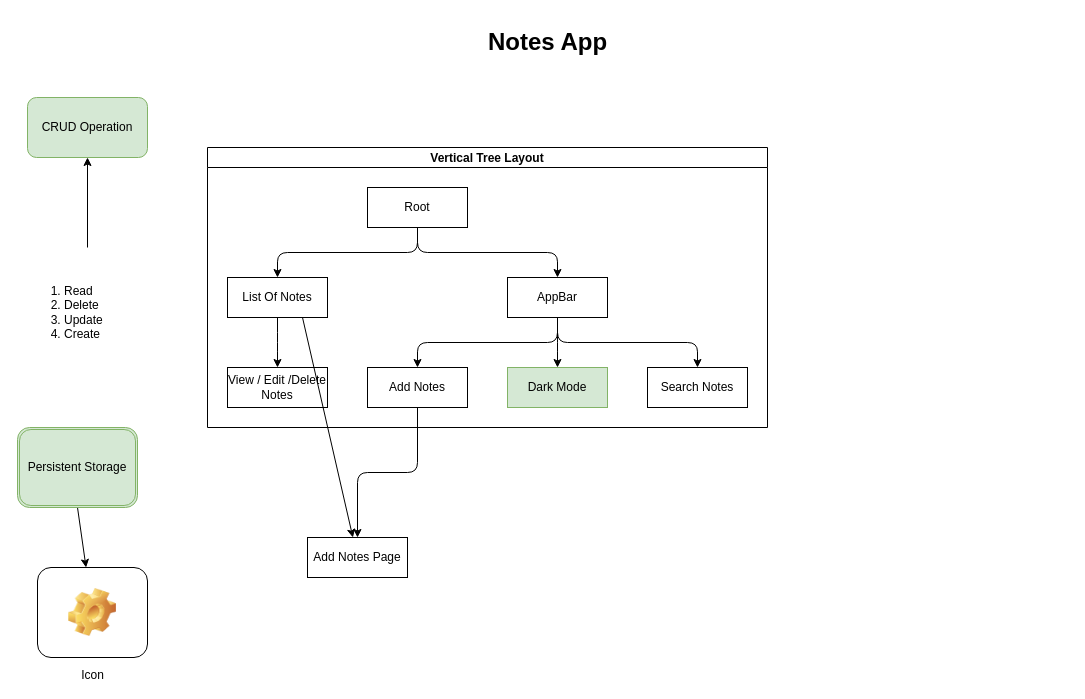
Before: docs/archi.drawio in suraj-yadav0/notesapp, a draw.io diagram. Source tidied: cells renumbered, new cells numbered last; positions are measured from the earlier drawing's top-left corner, leaving out a move shared by most shapes. Both pictures are drawn from the tidied source at 100%, with x=0, y=0 at pixel (17, 17).
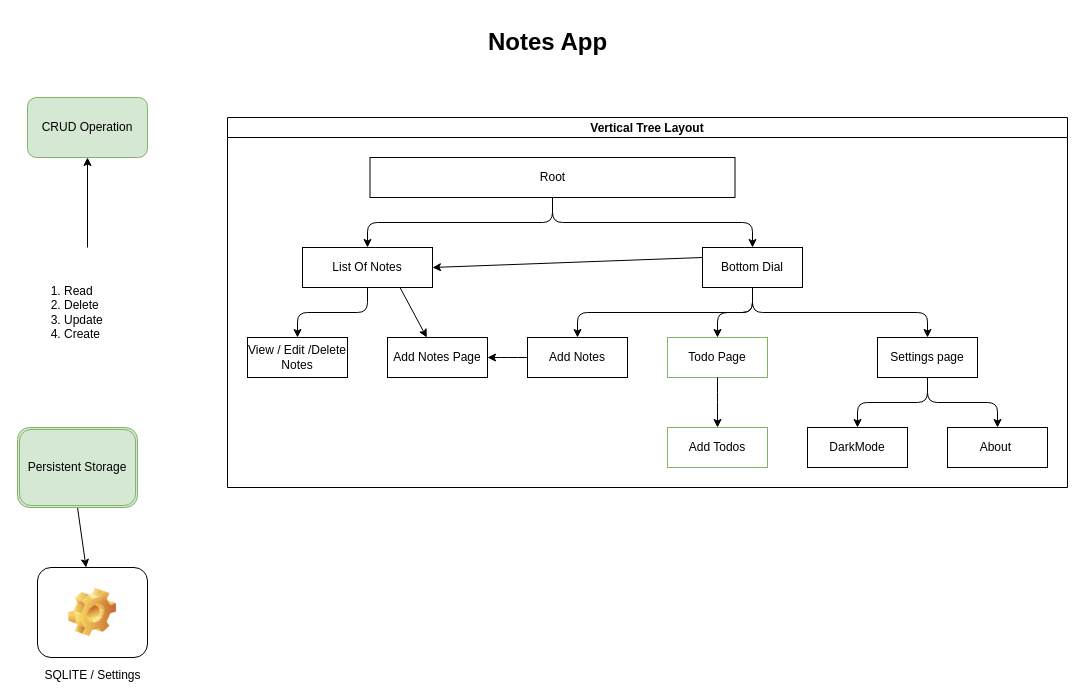
Above is the later version.

Change to the diagram source:
```diff
@@
     <mxCell id="2" value="Vertical Tree Layout" style="swimlane;startSize=20;horizontal=1;horizontalTree=0;sortEdges=1;containerType=tree;fontSize=12;" parent="1" vertex="1">
-      <mxGeometry x="190" y="130" width="560" height="280" as="geometry" />
+      <mxGeometry x="210" y="100" width="840" height="370" as="geometry" />
     </mxCell>
     <mxCell id="3" value="Root" style="whiteSpace=wrap;html=1;" parent="2" vertex="1">
-      <mxGeometry x="160" y="40" width="100" height="40" as="geometry" />
+      <mxGeometry x="142.5" y="40" width="365" height="40" as="geometry" />
     </mxCell>
     <mxCell id="4" value="List Of Notes" style="whiteSpace=wrap;html=1;" parent="2" vertex="1">
-      <mxGeometry x="20" y="130" width="100" height="40" as="geometry" />
+      <mxGeometry x="75" y="130" width="130" height="40" as="geometry" />
     </mxCell>
@@
+    <mxCell id="26" style="edgeStyle=none;html=1;exitX=0;exitY=0.25;exitDx=0;exitDy=0;entryX=1;entryY=0.5;entryDx=0;entryDy=0;" parent="2" edge="1" source="6" target="4">
+      <mxGeometry relative="1" as="geometry" />
+    </mxCell>
-    <mxCell id="6" value="AppBar" style="whiteSpace=wrap;html=1;" parent="2" vertex="1">
-      <mxGeometry x="300" y="130" width="100" height="40" as="geometry" />
+    <mxCell id="6" value="Bottom Dial" style="whiteSpace=wrap;html=1;" parent="2" vertex="1">
+      <mxGeometry x="475" y="130" width="100" height="40" as="geometry" />
     </mxCell>
@@
     <mxCell id="9" value="Add Notes" style="whiteSpace=wrap;html=1;" parent="2" vertex="1">
-      <mxGeometry x="160" y="220" width="100" height="40" as="geometry" />
+      <mxGeometry x="300" y="220" width="100" height="40" as="geometry" />
     </mxCell>
@@
-    <mxCell id="11" value="Dark Mode" style="whiteSpace=wrap;html=1;fillColor=#d5e8d4;strokeColor=#82b366;" parent="2" vertex="1">
-      <mxGeometry x="300" y="220" width="100" height="40" as="geometry" />
+    <mxCell id="11" value="Todo Page" style="whiteSpace=wrap;html=1;fillColor=#FFFFFF;strokeColor=#82b366;" parent="2" vertex="1">
+      <mxGeometry x="440" y="220" width="100" height="40" as="geometry" />
     </mxCell>
@@
-    <mxCell id="13" value="Search Notes" style="whiteSpace=wrap;html=1;" parent="2" vertex="1">
-      <mxGeometry x="440" y="220" width="100" height="40" as="geometry" />
+    <mxCell id="13" value="Settings page" style="whiteSpace=wrap;html=1;" parent="2" vertex="1">
+      <mxGeometry x="650" y="220" width="100" height="40" as="geometry" />
     </mxCell>
@@
+    <mxCell id="27" style="edgeStyle=elbowEdgeStyle;elbow=vertical;html=1;rounded=1;curved=0;sourcePerimeterSpacing=0;targetPerimeterSpacing=0;startSize=6;endSize=6;" parent="2" edge="1" source="11" target="28">
+      <mxGeometry relative="1" as="geometry" />
+    </mxCell>
+    <mxCell id="28" value="Add Todos" style="whiteSpace=wrap;html=1;fillColor=#FFFFFF;strokeColor=#82b366;" parent="2" vertex="1">
+      <mxGeometry x="440" y="310" width="100" height="40" as="geometry" />
+    </mxCell>
+    <mxCell id="29" style="edgeStyle=elbowEdgeStyle;elbow=vertical;html=1;rounded=1;curved=0;sourcePerimeterSpacing=0;targetPerimeterSpacing=0;startSize=6;endSize=6;" parent="2" edge="1" source="13" target="30">
+      <mxGeometry relative="1" as="geometry" />
+    </mxCell>
+    <mxCell id="30" value="DarkMode" style="whiteSpace=wrap;html=1;" parent="2" vertex="1">
+      <mxGeometry x="580" y="310" width="100" height="40" as="geometry" />
+    </mxCell>
+    <mxCell id="31" style="edgeStyle=elbowEdgeStyle;elbow=vertical;html=1;rounded=1;curved=0;sourcePerimeterSpacing=0;targetPerimeterSpacing=0;startSize=6;endSize=6;" parent="2" edge="1" source="13" target="32">
+      <mxGeometry relative="1" as="geometry" />
+    </mxCell>
+    <mxCell id="32" value="About&amp;nbsp;" style="whiteSpace=wrap;html=1;" parent="2" vertex="1">
+      <mxGeometry x="720" y="310" width="100" height="40" as="geometry" />
+    </mxCell>
+    <mxCell id="23" value="Add Notes Page" style="whiteSpace=wrap;html=1;" parent="2" vertex="1">
+      <mxGeometry x="160" y="220" width="100" height="40" as="geometry" />
+    </mxCell>
+    <mxCell id="24" style="edgeStyle=elbowEdgeStyle;elbow=vertical;html=1;rounded=1;curved=0;sourcePerimeterSpacing=0;targetPerimeterSpacing=0;startSize=6;endSize=6;" parent="2" edge="1" source="9" target="23">
+      <mxGeometry relative="1" as="geometry" />
+    </mxCell>
+    <mxCell id="25" style="edgeStyle=none;html=1;exitX=0.75;exitY=1;exitDx=0;exitDy=0;" parent="2" edge="1" source="4" target="23">
+      <mxGeometry relative="1" as="geometry" />
+    </mxCell>
@@
-    <mxCell id="22" value="Icon" style="icon;html=1;image=img/clipart/Gear_128x128.png;" parent="1" vertex="1">
+    <mxCell id="22" value="SQLITE / Settings" style="icon;html=1;image=img/clipart/Gear_128x128.png;" parent="1" vertex="1">
       <mxGeometry x="20" y="550" width="110" height="90" as="geometry" />
     </mxCell>
-    <mxCell id="23" value="Add Notes Page" style="whiteSpace=wrap;html=1;" parent="1" vertex="1">
-      <mxGeometry x="290" y="520" width="100" height="40" as="geometry" />
-    </mxCell>
-    <mxCell id="24" style="edgeStyle=elbowEdgeStyle;elbow=vertical;html=1;rounded=1;curved=0;sourcePerimeterSpacing=0;targetPerimeterSpacing=0;startSize=6;endSize=6;" parent="1" edge="1" source="9" target="23">
-      <mxGeometry relative="1" as="geometry" />
-    </mxCell>
-    <mxCell id="25" style="edgeStyle=none;html=1;exitX=0.75;exitY=1;exitDx=0;exitDy=0;" parent="1" edge="1" source="4" target="23">
-      <mxGeometry relative="1" as="geometry" />
-    </mxCell>
```
